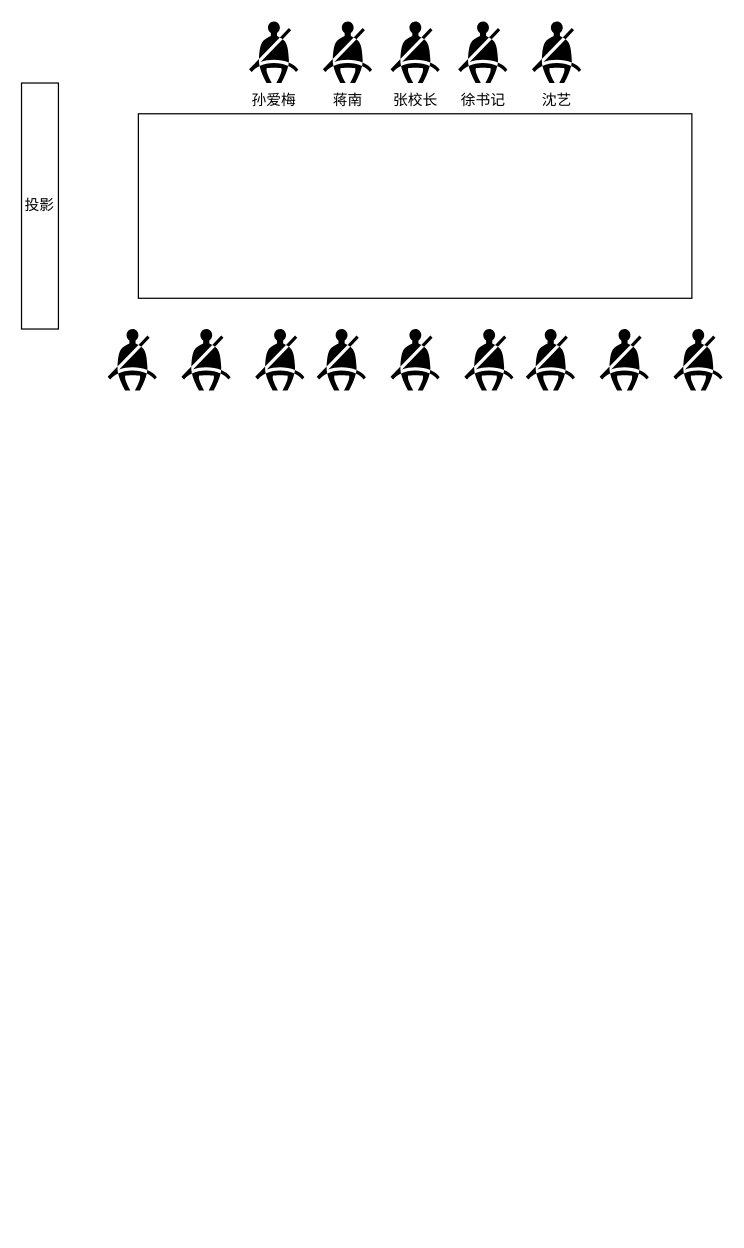
The draw.io diagram 专题组织生活会.drawio in yisqiu/SimpleMap-wx, before the edit. Source tidied: cells renumbered, new cells numbered last; positions are measured from the earlier drawing's top-left corner, leaving out a move shared by most shapes. Both pictures are drawn from the tidied source at 123%, with x=0, y=0 at pixel (21, 21).
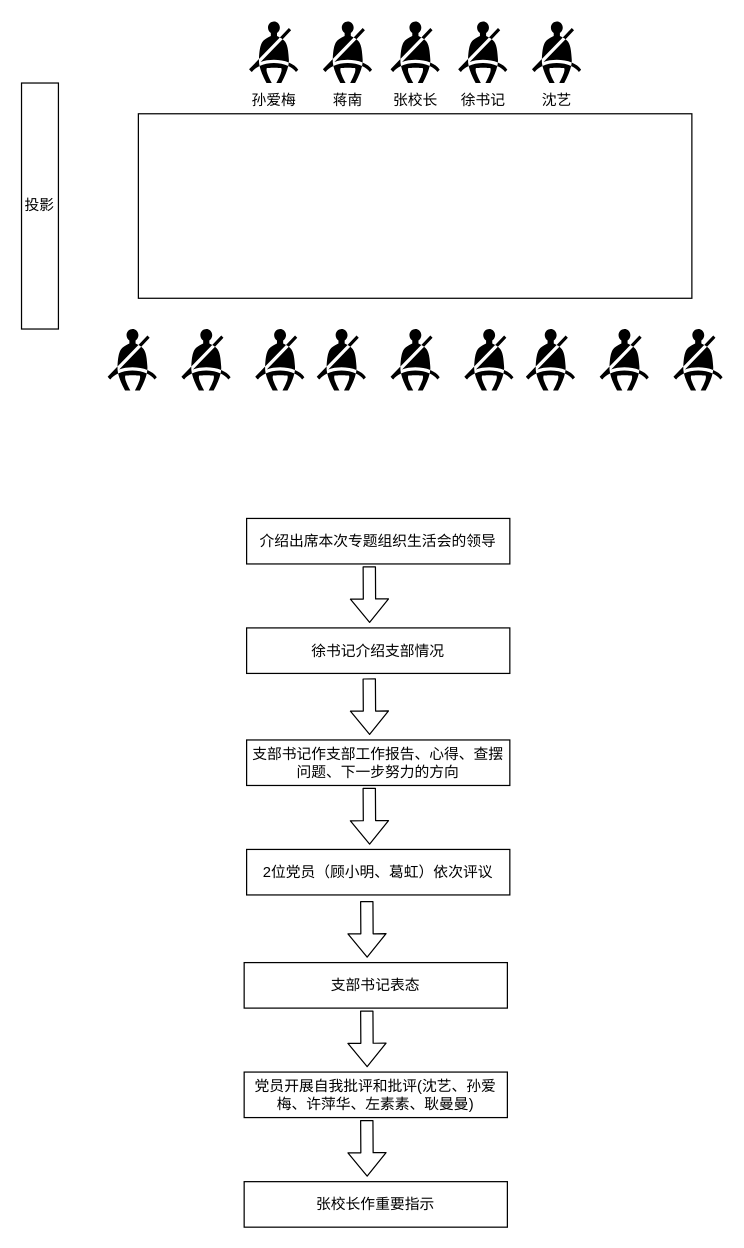
The same page after the edit.

Commit message (it also covers changes not shown here):
更新专题组织生活会.drawio

Diff of the diagram source:
```diff
@@
+    <mxCell id="18" value="介绍出席本次专题组织生活会的领导" style="rounded=0;whiteSpace=wrap;html=1;" parent="1" vertex="1">
+      <mxGeometry x="183" y="404" width="214" height="37" as="geometry" />
+    </mxCell>
+    <mxCell id="19" style="shape=flexArrow;endArrow=classic;html=1;exitX=0.466;exitY=1.05;exitDx=0;exitDy=0;exitPerimeter=0;" parent="1" edge="1" source="18">
+      <mxGeometry relative="1" as="geometry">
+        <mxPoint x="283" y="489" as="targetPoint" />
+      </mxGeometry>
+    </mxCell>
+    <mxCell id="20" value="徐书记介绍支部情况" style="rounded=0;whiteSpace=wrap;html=1;" parent="1" vertex="1">
+      <mxGeometry x="183" y="493" width="214" height="37" as="geometry" />
+    </mxCell>
+    <mxCell id="21" style="shape=flexArrow;endArrow=classic;html=1;exitX=0.466;exitY=1.05;exitDx=0;exitDy=0;exitPerimeter=0;" parent="1" edge="1">
+      <mxGeometry relative="1" as="geometry">
+        <mxPoint x="282.7" y="534" as="sourcePoint" />
+        <mxPoint x="283" y="580.1" as="targetPoint" />
+      </mxGeometry>
+    </mxCell>
+    <mxCell id="22" value="支部书记作支部工作报告、心得、查摆问题、下一步努力的方向" style="rounded=0;whiteSpace=wrap;html=1;" parent="1" vertex="1">
+      <mxGeometry x="183" y="584.1" width="214" height="37" as="geometry" />
+    </mxCell>
+    <mxCell id="23" style="shape=flexArrow;endArrow=classic;html=1;exitX=0.466;exitY=1.05;exitDx=0;exitDy=0;exitPerimeter=0;" parent="1" edge="1">
+      <mxGeometry relative="1" as="geometry">
+        <mxPoint x="282.7" y="623" as="sourcePoint" />
+        <mxPoint x="283" y="669.2" as="targetPoint" />
+      </mxGeometry>
+    </mxCell>
+    <mxCell id="24" value="2位党员（顾小明、葛虹）依次评议" style="rounded=0;whiteSpace=wrap;html=1;" parent="1" vertex="1">
+      <mxGeometry x="183" y="673.1" width="214" height="37" as="geometry" />
+    </mxCell>
+    <mxCell id="25" style="shape=flexArrow;endArrow=classic;html=1;exitX=0.466;exitY=1.05;exitDx=0;exitDy=0;exitPerimeter=0;" parent="1" edge="1">
+      <mxGeometry relative="1" as="geometry">
+        <mxPoint x="280.7" y="715" as="sourcePoint" />
+        <mxPoint x="281" y="761.2" as="targetPoint" />
+      </mxGeometry>
+    </mxCell>
+    <mxCell id="26" value="支部书记表态" style="rounded=0;whiteSpace=wrap;html=1;" parent="1" vertex="1">
+      <mxGeometry x="181" y="765.1" width="214" height="37" as="geometry" />
+    </mxCell>
+    <mxCell id="27" style="shape=flexArrow;endArrow=classic;html=1;exitX=0.466;exitY=1.05;exitDx=0;exitDy=0;exitPerimeter=0;" parent="1" edge="1">
+      <mxGeometry relative="1" as="geometry">
+        <mxPoint x="280.7" y="804" as="sourcePoint" />
+        <mxPoint x="281" y="850.2" as="targetPoint" />
+      </mxGeometry>
+    </mxCell>
+    <mxCell id="28" value="党员开展自我批评和批评(沈艺、孙爱梅、许萍华、左素素、耿曼曼)" style="rounded=0;whiteSpace=wrap;html=1;" parent="1" vertex="1">
+      <mxGeometry x="181" y="854.1" width="214" height="37" as="geometry" />
+    </mxCell>
+    <mxCell id="29" style="shape=flexArrow;endArrow=classic;html=1;exitX=0.466;exitY=1.05;exitDx=0;exitDy=0;exitPerimeter=0;" parent="1" edge="1">
+      <mxGeometry relative="1" as="geometry">
+        <mxPoint x="280.7" y="893" as="sourcePoint" />
+        <mxPoint x="281" y="939.2" as="targetPoint" />
+      </mxGeometry>
+    </mxCell>
+    <mxCell id="30" value="张校长作重要指示" style="rounded=0;whiteSpace=wrap;html=1;" parent="1" vertex="1">
+      <mxGeometry x="181" y="943.2" width="214" height="37" as="geometry" />
+    </mxCell>
```
